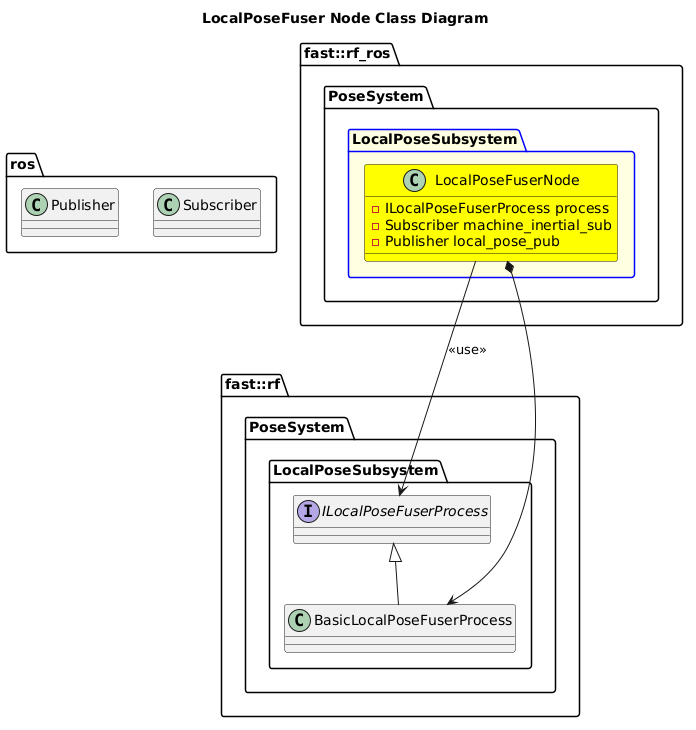
Before: Systems/Pose/Subsystems/LocalPose/Nodes/LocalPoseFuser/doc/puml/LocalPoseFuserNodeClassDiagram.png, a diagram exported from PlantUML (fastrobotics/robot_framework_ros). The source it was exported from:
```plantuml
@startuml
title LocalPoseFuser Node Class Diagram

namespace ros {
    class Subscriber
    class Publisher
}
namespace fast::rf {
    namespace PoseSystem {
        namespace LocalPoseSubsystem {
            interface ILocalPoseFuserProcess
            class BasicLocalPoseFuserProcess
            BasicLocalPoseFuserProcess -up-|> ILocalPoseFuserProcess
        }
    }
}
namespace fast::rf_ros {
   namespace PoseSystem {
        package LocalPoseSubsystem #LightYellow;line:blue {
            class LocalPoseFuserNode #Yellow {
                -ILocalPoseFuserProcess process
                -Subscriber machine_inertial_sub
                -Publisher local_pose_pub
            }
            LocalPoseFuserNode --> ILocalPoseFuserProcess: <<use>>
            LocalPoseFuserNode *--> BasicLocalPoseFuserProcess
        }
    }
}
@enduml
```
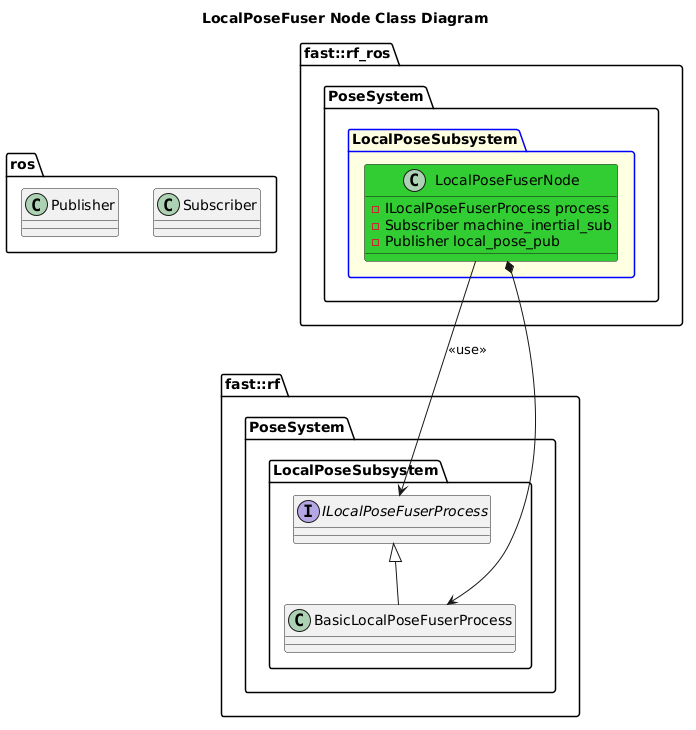
The same file after the commit.

Commit message:
Local Pose Fuser Node working.

The edit, as a diff of the source:
```diff
@@ -17,7 +17,7 @@
 namespace fast::rf_ros {
    namespace PoseSystem {
         package LocalPoseSubsystem #LightYellow;line:blue {
-            class LocalPoseFuserNode #Yellow {
+            class LocalPoseFuserNode #LimeGreen {
                 -ILocalPoseFuserProcess process
                 -Subscriber machine_inertial_sub
                 -Publisher local_pose_pub
```
